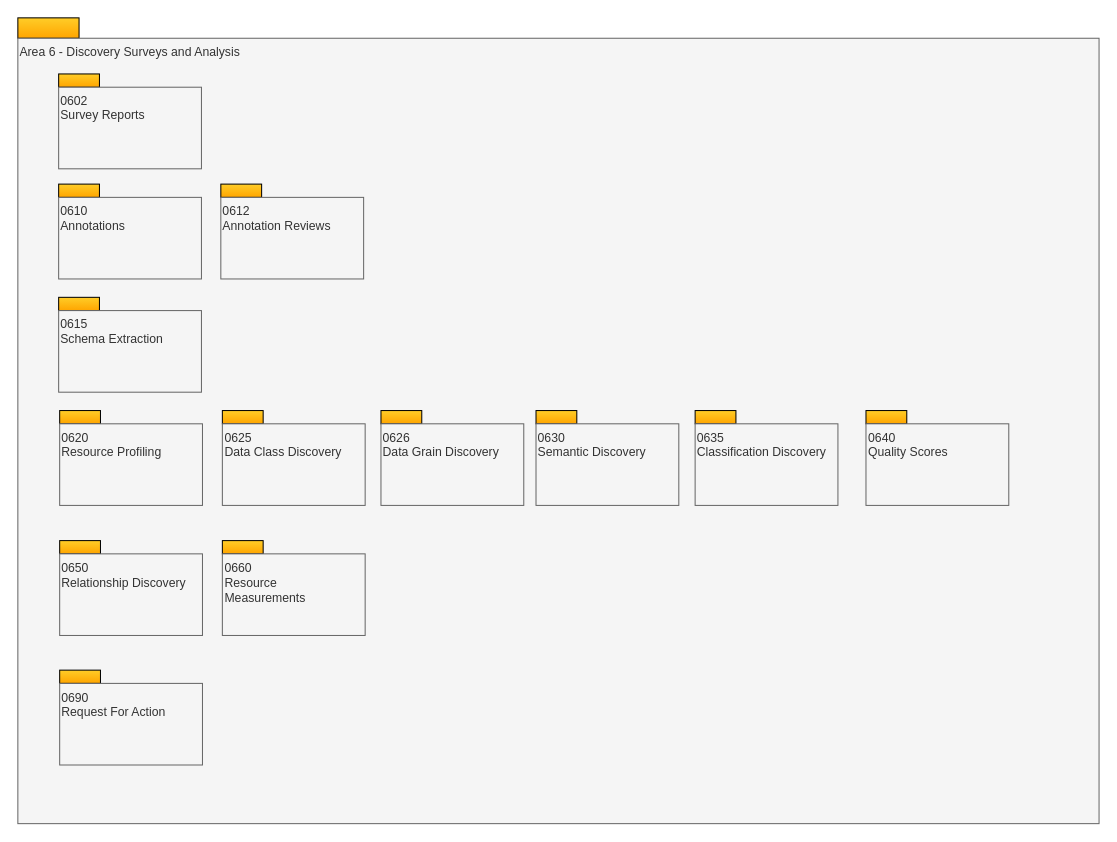
Above: page "overview" (1 of 15) of site/docs/types/6/area-6-discovery.drawio in odpi/egeria-docs (draw.io), before the change. Source tidied: cells renumbered, new cells numbered last; positions are measured from the earlier drawing's top-left corner, leaving out a move shared by most shapes. Both pictures are drawn from the tidied source at 102%, with x=0, y=0 at pixel (17, 17).
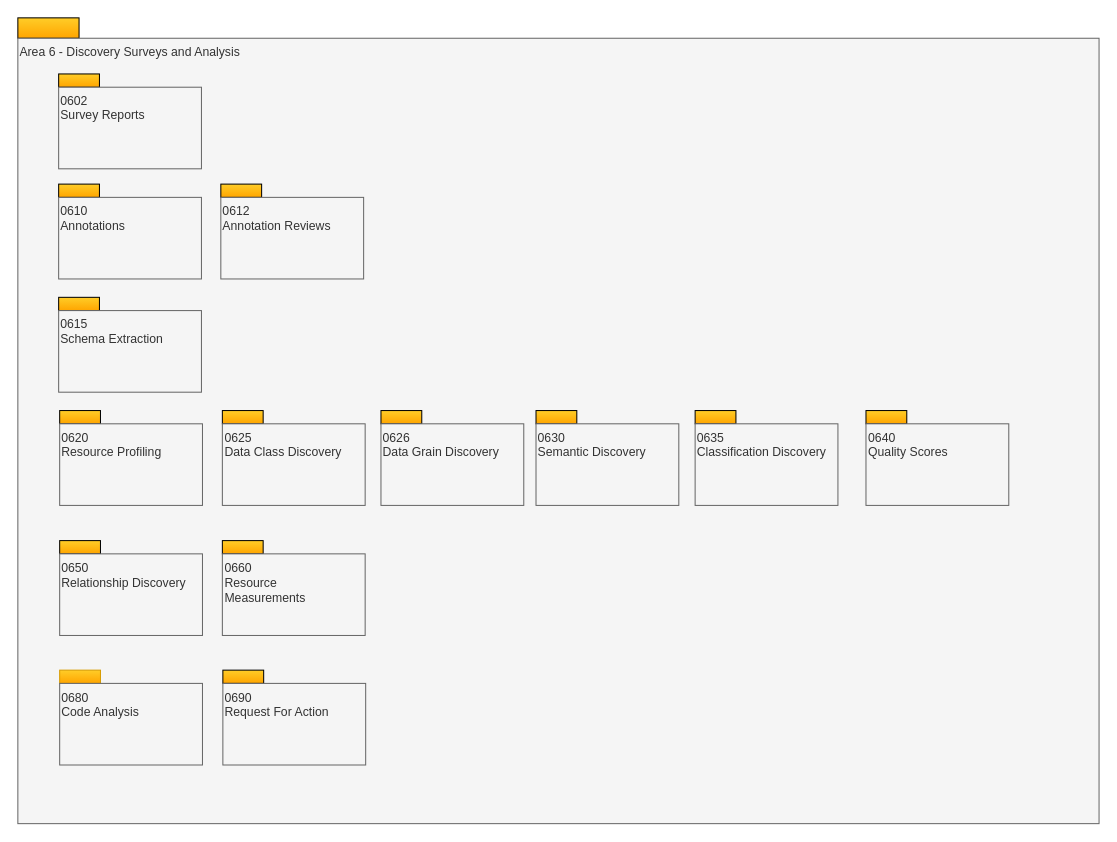
After the change.

Commit message (it also covers changes not shown here):
Add description of new Annotation subtypes for code analysis

The edit, as a diff of the source:
```diff
@@
     <mxCell id="22" style="rounded=0;whiteSpace=wrap;html=1;align=left;fillColor=#ffcd28;strokeColor=#000000;gradientColor=#ffa500;" parent="1" vertex="1">
-      <mxGeometry x="41" y="639.5" width="40" height="13" as="geometry" />
+      <mxGeometry x="201" y="639.5" width="40" height="13" as="geometry" />
     </mxCell>
     <mxCell id="23" value="0690&lt;br&gt;Request For Action&lt;br&gt;" style="rounded=0;whiteSpace=wrap;html=1;align=left;verticalAlign=top;fillColor=#f5f5f5;fontColor=#333333;strokeColor=#666666;" parent="1" vertex="1">
-      <mxGeometry x="41" y="652.5" width="140" height="80" as="geometry" />
+      <mxGeometry x="201" y="652.5" width="140" height="80" as="geometry" />
     </mxCell>
@@
+    <mxCell id="30" style="rounded=0;whiteSpace=wrap;html=1;align=left;fillColor=#ffcd28;strokeColor=#d79b00;gradientColor=#ffa500;" parent="1" vertex="1">
+      <mxGeometry x="41" y="639.5" width="40" height="13" as="geometry" />
+    </mxCell>
+    <mxCell id="31" value="0680&lt;br&gt;Code Analysis" style="rounded=0;whiteSpace=wrap;html=1;align=left;verticalAlign=top;fillColor=#f5f5f5;fontColor=#333333;strokeColor=#666666;" parent="1" vertex="1">
+      <mxGeometry x="41" y="652.5" width="140" height="80" as="geometry" />
+    </mxCell>
```
